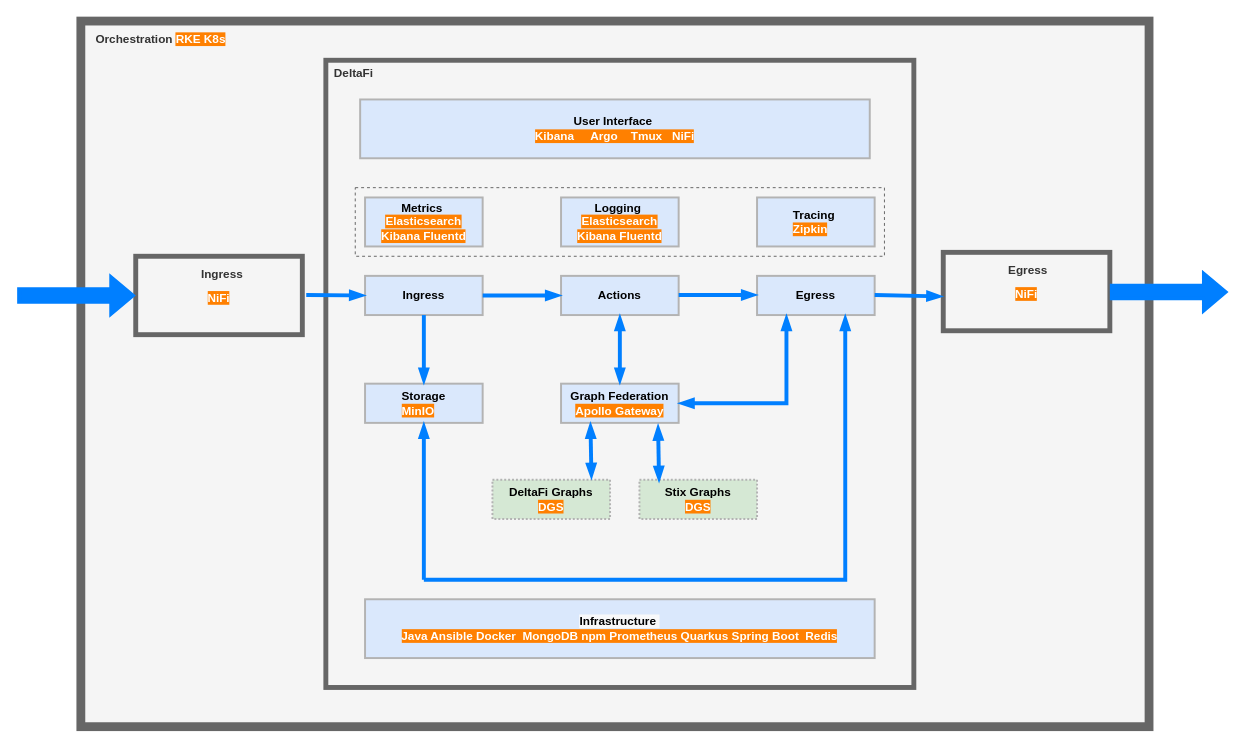
Above: deltafi-docs/architecture/TopLevelArchitecture-OLD.drawio in deltafi/deltafi (draw.io), before the change. Source tidied: cells renumbered, new cells numbered last; positions are measured from the earlier drawing's top-left corner, leaving out a move shared by most shapes. Both pictures are drawn from the tidied source at 98%, with x=0, y=0 at pixel (17, 21).
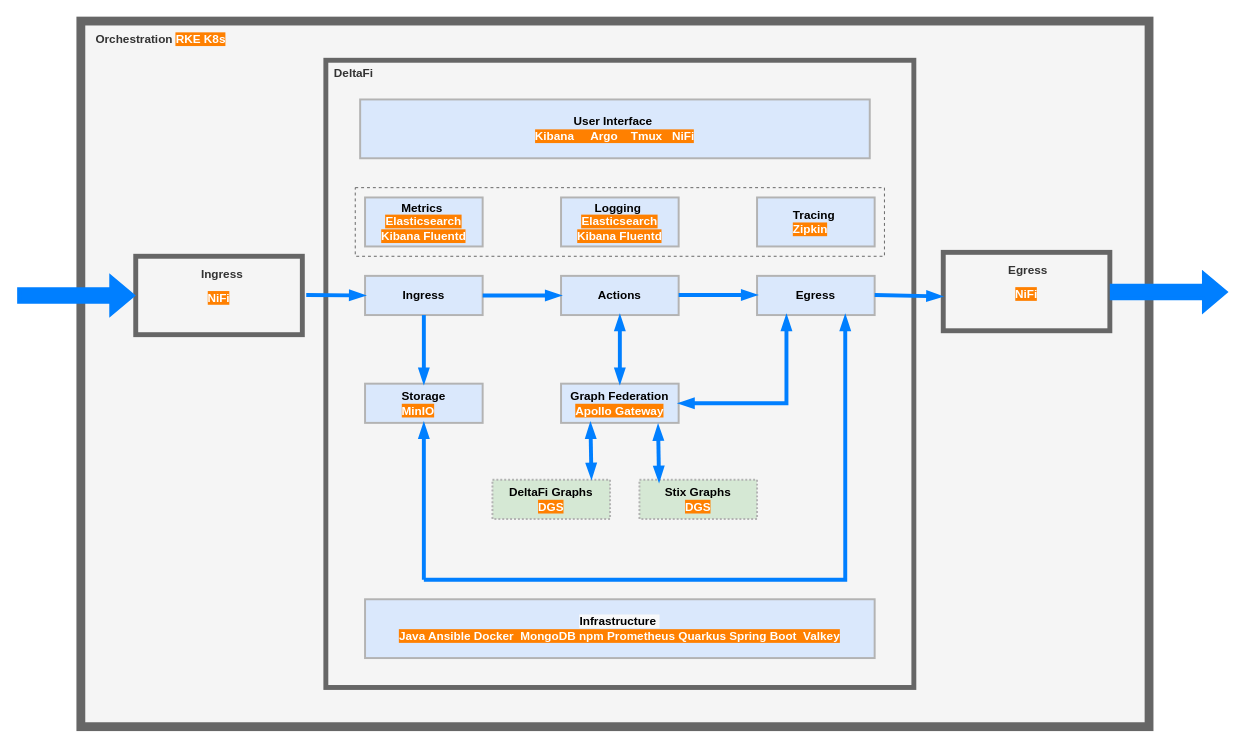
Above is the later version.

Change to the diagram source:
```diff
@@
-    <mxCell id="31" value="&lt;div&gt;&lt;span style=&quot;background-color: rgb(248 , 249 , 250)&quot;&gt;Infrastructure&amp;nbsp;&lt;/span&gt;&lt;/div&gt;&lt;div&gt;&lt;span style=&quot;background-color: rgb(255 , 128 , 0) ; color: rgb(255 , 255 , 255)&quot;&gt;Java Ansible Docker&amp;nbsp; MongoDB npm Prometheus Quarkus Spring Boot&amp;nbsp; Redis&lt;/span&gt;&lt;br&gt;&lt;/div&gt;" style="rounded=0;whiteSpace=wrap;html=1;strokeWidth=2;fillColor=#dae8fc;fontStyle=1;strokeColor=#B3B3B3;align=center;" parent="1" vertex="1">
+    <mxCell id="31" value="&lt;div&gt;&lt;span style=&quot;background-color: rgb(248 , 249 , 250)&quot;&gt;Infrastructure&amp;nbsp;&lt;/span&gt;&lt;/div&gt;&lt;div&gt;&lt;span style=&quot;background-color: rgb(255 , 128 , 0) ; color: rgb(255 , 255 , 255)&quot;&gt;Java Ansible Docker&amp;nbsp; MongoDB npm Prometheus Quarkus Spring Boot&amp;nbsp; Valkey&lt;/span&gt;&lt;br&gt;&lt;/div&gt;" style="rounded=0;whiteSpace=wrap;html=1;strokeWidth=2;fillColor=#dae8fc;fontStyle=1;strokeColor=#B3B3B3;align=center;" parent="1" vertex="1">
       <mxGeometry x="355" y="590" width="520" height="60" as="geometry" />
     </mxCell>
```
